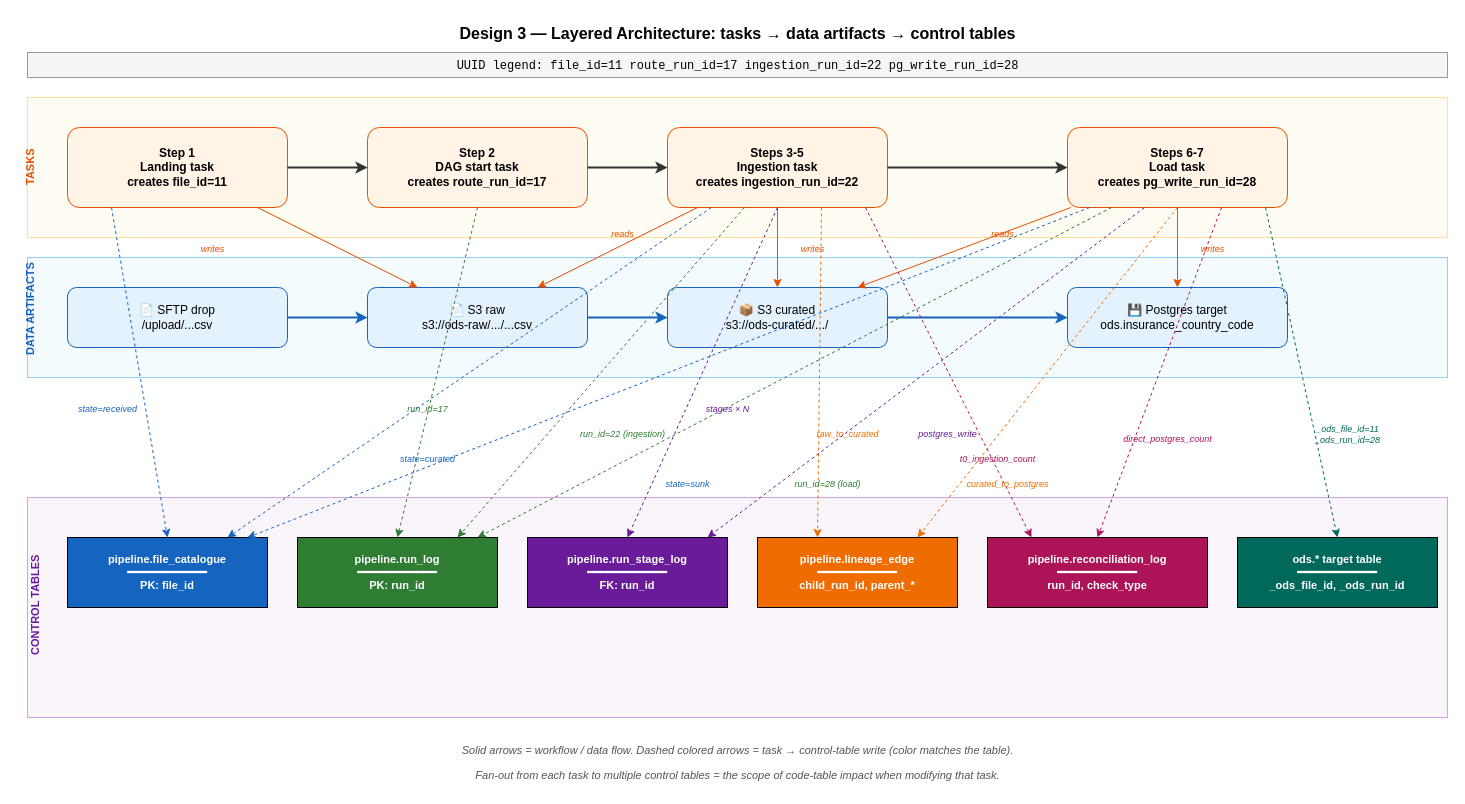
holdersav20001/ods keeps this draw.io diagram as docs/dev-guides/control-tables-design3-layered.drawio. Above is the earlier version. Source tidied: cells renumbered, new cells numbered last; positions are measured from the earlier drawing's top-left corner, leaving out a move shared by most shapes. Both pictures are drawn from the tidied source at 100%, with x=0, y=0 at pixel (-18, 17).
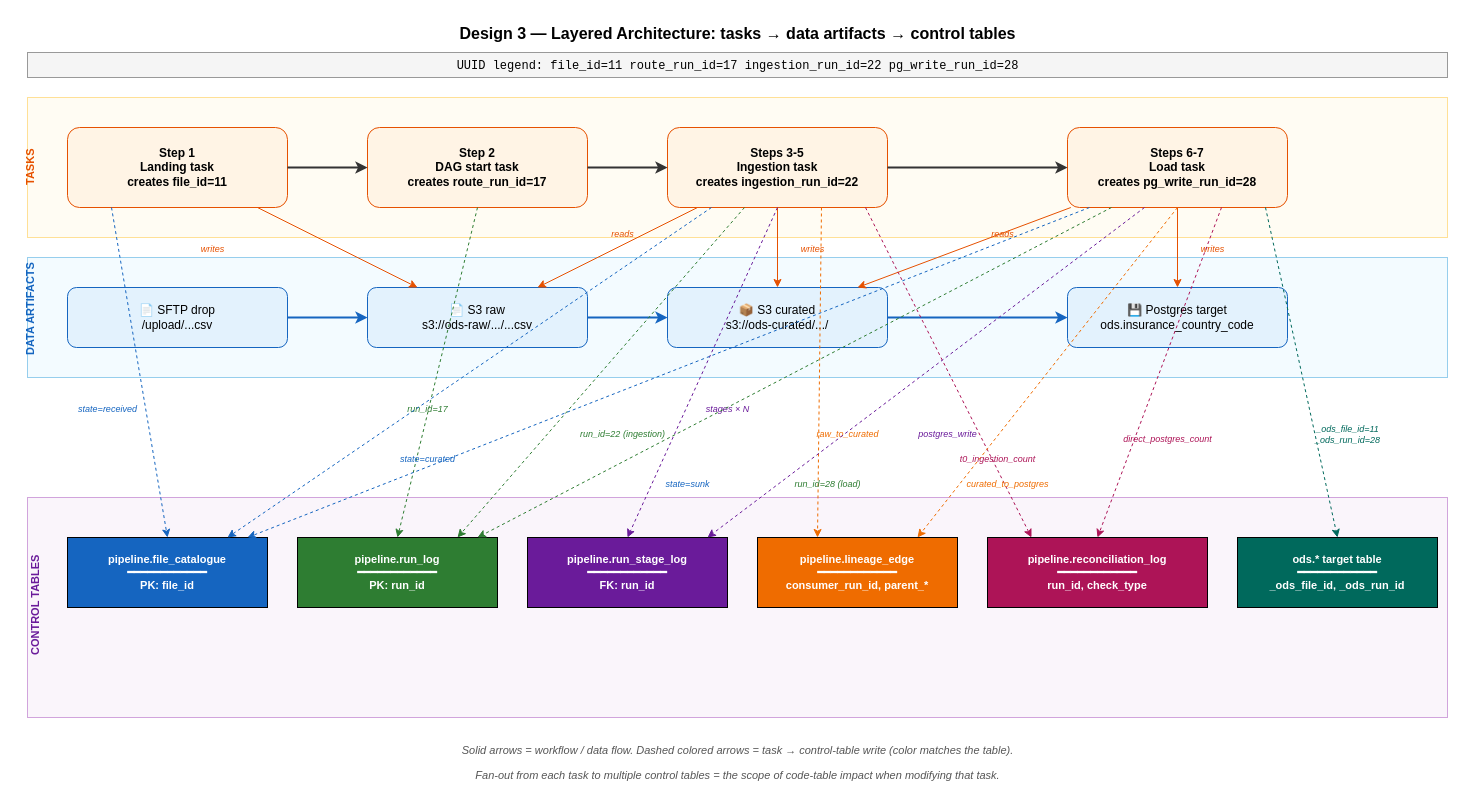
The same diagram, later.

What changed in the source:
```diff
@@
-    <mxCell id="37" value="pipeline.lineage_edge&#10;━━━━━━━━━━━━&#10;child_run_id, parent_*" style="rounded=0;whiteSpace=wrap;html=1;fillColor=#EF6C00;fontColor=#FFFFFF;fontStyle=1;align=center;fontSize=11;" parent="1" vertex="1">
+    <mxCell id="37" value="pipeline.lineage_edge&#10;━━━━━━━━━━━━&#10;consumer_run_id, parent_*" style="rounded=0;whiteSpace=wrap;html=1;fillColor=#EF6C00;fontColor=#FFFFFF;fontStyle=1;align=center;fontSize=11;" parent="1" vertex="1">
       <mxGeometry x="775" y="520" width="200" height="70" as="geometry" />
     </mxCell>
```
